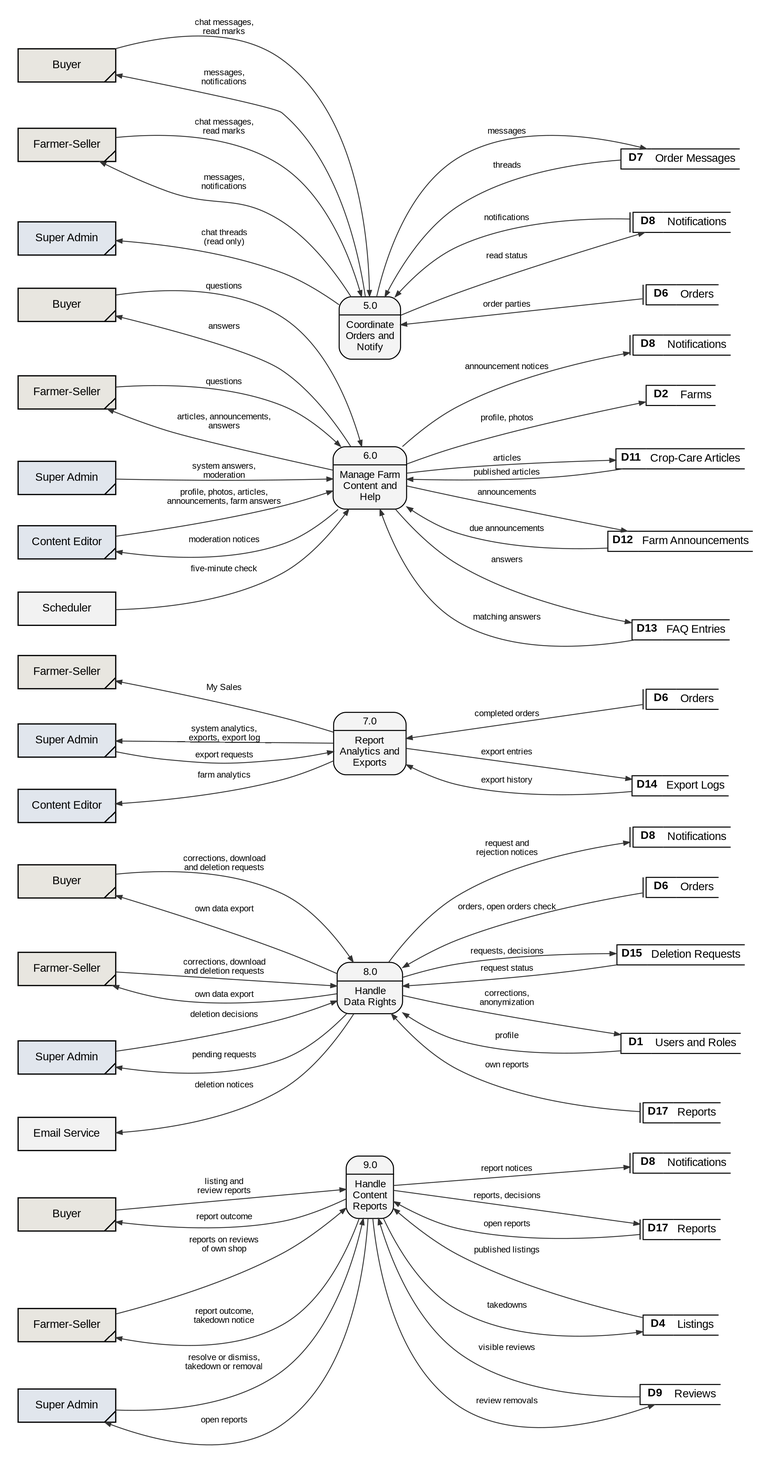
The Graphviz diagram docs/manuscript/figures/fig6_1b_dfd_level1.png in shawncastaneda11-commits/anihow-backend, before a commit. Its source is kept beside it as docs/manuscript/figures/src/fig6_1b_dfd_level1.dot.
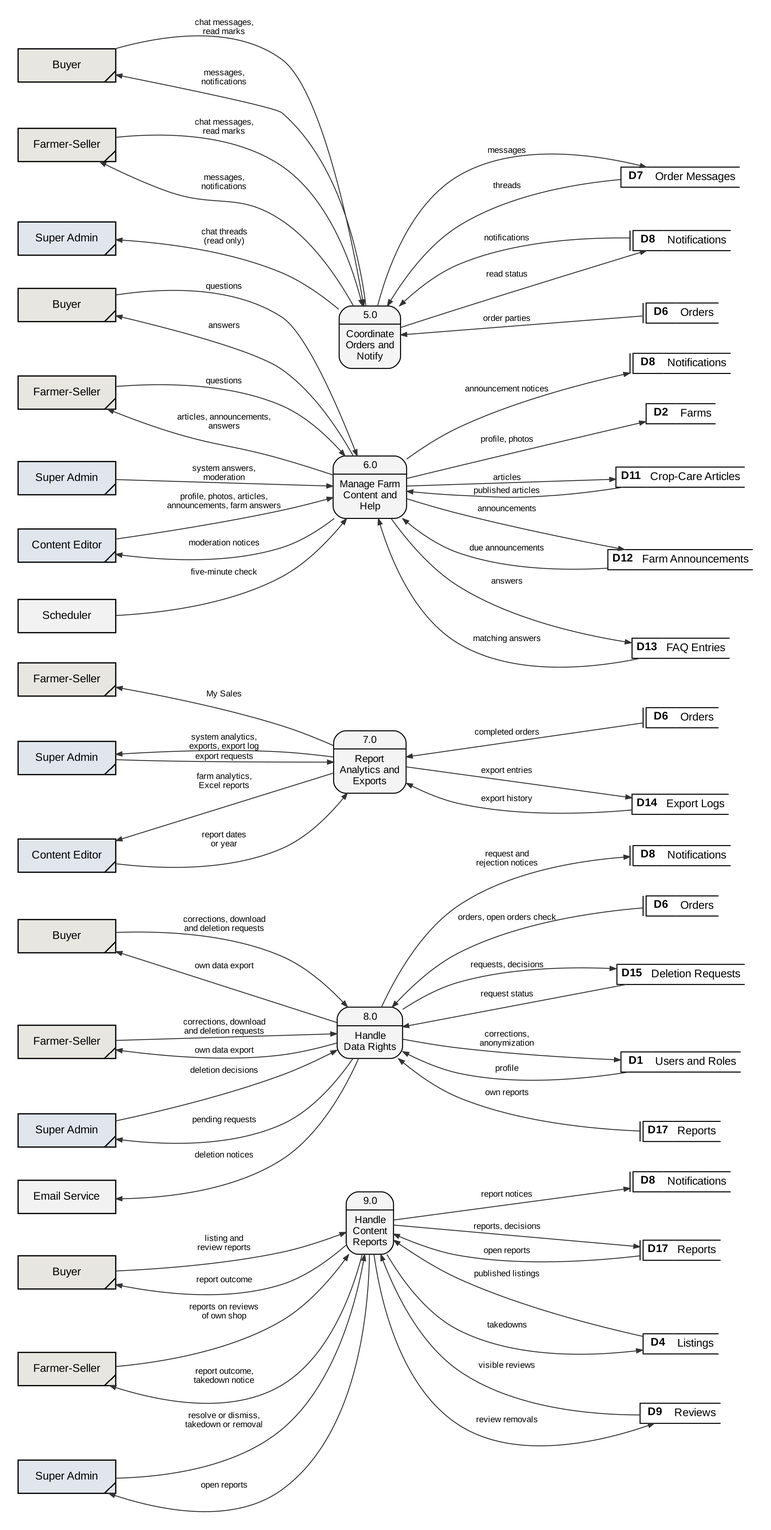
After the change.

What changed in the source:
```diff
@@ -72,7 +72,8 @@
   p6 -> D8_p6 [label="announcement notices"];
   p7 -> D6_p7 [label="completed orders", dir=back];
   sa_p7 -> p7 [label="system analytics,\nexports, export log", dir=back];
-  ce_p7 -> p7 [label="farm analytics", dir=back];
+  ce_p7 -> p7 [label="farm analytics,\nExcel reports", dir=back];
+  ce_p7 -> p7 [label="report dates\nor year"];
   fs_p7 -> p7 [label="My Sales", dir=back];
   sa_p7 -> p7 [label="export requests"];
   p7 -> D14_p7 [label="export entries"];
```
